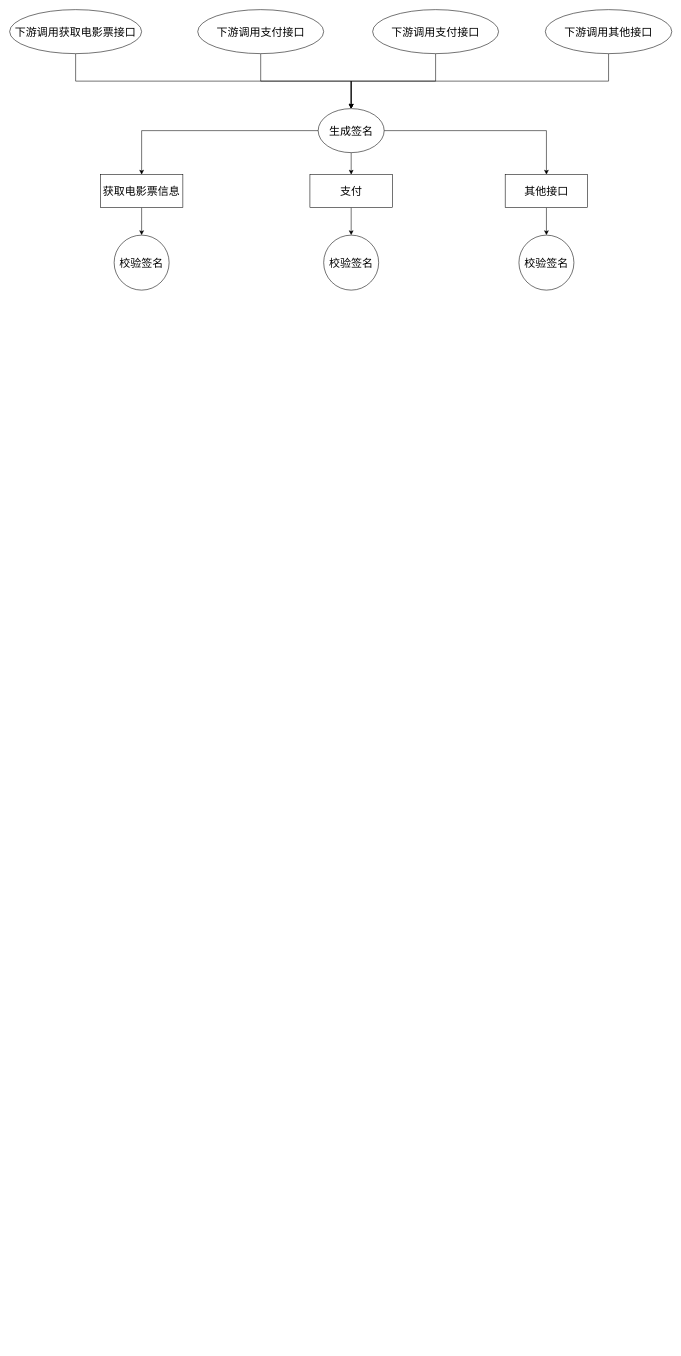
This is 未命名绘图.drawio from 2268849945/github-slideshow, a draw.io file, before an edit. Source tidied: cells renumbered, new cells numbered last; positions are measured from the earlier drawing's top-left corner, leaving out a move shared by most shapes. Both pictures are drawn from the tidied source at 55%, with x=0, y=0 at pixel (9, 9).
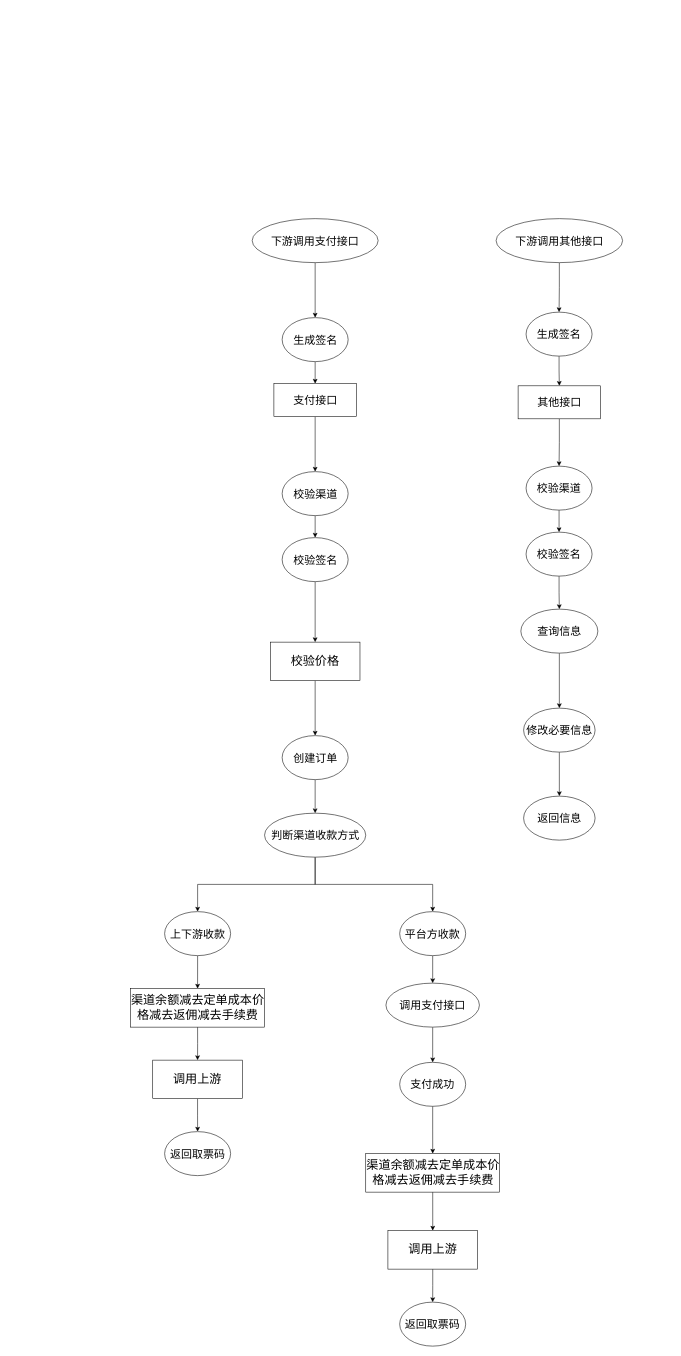
The same diagram, later.

Commit message:
更新未命名绘图.drawio

Diff of the diagram source:
```diff
@@
-<mxGraphModel>
+<mxGraphModel background="#FFFFFF">
@@
-    <mxCell id="2" style="edgeStyle=orthogonalEdgeStyle;rounded=0;jettySize=auto;html=1;exitX=0;exitY=0.5;exitDx=0;exitDy=0;entryX=0.5;entryY=0;entryDx=0;entryDy=0;" parent="1" edge="1" source="9" target="6">
-      <mxGeometry relative="1" as="geometry" />
-    </mxCell>
-    <mxCell id="3" style="edgeStyle=orthogonalEdgeStyle;rounded=0;jettySize=auto;html=1;exitX=0.5;exitY=1;exitDx=0;exitDy=0;entryX=0.5;entryY=0;entryDx=0;entryDy=0;" parent="1" edge="1" source="4" target="9">
-      <mxGeometry relative="1" as="geometry">
-        <Array as="points">
-          <mxPoint x="120" y="130" />
-          <mxPoint x="621" y="130" />
-        </Array>
-      </mxGeometry>
-    </mxCell>
-    <mxCell id="4" value="&lt;font style=&quot;font-size: 20px;&quot;&gt;下游调用获取电影票接口&lt;/font&gt;" style="ellipse;whiteSpace=wrap;html=1;" parent="1" vertex="1">
-      <mxGeometry width="240" height="80" as="geometry" />
-    </mxCell>
-    <mxCell id="5" style="edgeStyle=orthogonalEdgeStyle;rounded=0;jettySize=auto;html=1;exitX=0.5;exitY=1;exitDx=0;exitDy=0;entryX=0.5;entryY=0;entryDx=0;entryDy=0;" parent="1" edge="1" source="6" target="10">
-      <mxGeometry relative="1" as="geometry" />
-    </mxCell>
-    <mxCell id="6" value="&lt;font style=&quot;font-size: 20px;&quot;&gt;获取电影票信息&lt;/font&gt;" style="rounded=0;whiteSpace=wrap;html=1;" parent="1" vertex="1">
-      <mxGeometry x="165" y="300" width="150" height="60" as="geometry" />
-    </mxCell>
@@
-    <mxCell id="8" style="edgeStyle=orthogonalEdgeStyle;rounded=0;jettySize=auto;html=1;exitX=1;exitY=0.5;exitDx=0;exitDy=0;entryX=0.5;entryY=0;entryDx=0;entryDy=0;" parent="1" edge="1" source="9" target="18">
-      <mxGeometry relative="1" as="geometry" />
-    </mxCell>
     <mxCell id="9" value="&lt;font style=&quot;font-size: 20px;&quot;&gt;生成签名&lt;/font&gt;" style="ellipse;whiteSpace=wrap;html=1;" parent="1" vertex="1">
-      <mxGeometry x="561" y="180" width="120" height="80" as="geometry" />
+      <mxGeometry x="495.5" y="560" width="120" height="80" as="geometry" />
     </mxCell>
-    <mxCell id="10" value="&lt;font style=&quot;font-size: 20px;&quot;&gt;校验签名&lt;/font&gt;" style="ellipse;whiteSpace=wrap;html=1;" parent="1" vertex="1">
-      <mxGeometry x="190" y="410" width="100" height="100" as="geometry" />
-    </mxCell>
-    <mxCell id="11" style="edgeStyle=orthogonalEdgeStyle;rounded=0;jettySize=auto;html=1;exitX=0.5;exitY=1;exitDx=0;exitDy=0;entryX=0.5;entryY=0;entryDx=0;entryDy=0;" parent="1" edge="1" source="12" target="9">
-      <mxGeometry relative="1" as="geometry" />
-    </mxCell>
-    <mxCell id="12" value="&lt;font style=&quot;font-size: 20px;&quot;&gt;下游调用支付接口&lt;/font&gt;" style="ellipse;whiteSpace=wrap;html=1;" parent="1" vertex="1">
-      <mxGeometry x="660" width="229" height="80" as="geometry" />
-    </mxCell>
-    <mxCell id="13" style="edgeStyle=orthogonalEdgeStyle;rounded=0;jettySize=auto;html=1;exitX=0.5;exitY=1;exitDx=0;exitDy=0;entryX=0.5;entryY=0;entryDx=0;entryDy=0;" parent="1" edge="1" source="14" target="9">
-      <mxGeometry relative="1" as="geometry" />
-    </mxCell>
-    <mxCell id="14" value="&lt;font style=&quot;font-size: 20px;&quot;&gt;下游调用其他接口&lt;/font&gt;" style="ellipse;whiteSpace=wrap;html=1;" parent="1" vertex="1">
-      <mxGeometry x="974" width="230" height="80" as="geometry" />
-    </mxCell>
-    <mxCell id="15" style="edgeStyle=orthogonalEdgeStyle;rounded=0;jettySize=auto;html=1;exitX=0.5;exitY=1;exitDx=0;exitDy=0;entryX=0.5;entryY=0;entryDx=0;entryDy=0;" parent="1" edge="1" source="16" target="19">
-      <mxGeometry relative="1" as="geometry" />
-    </mxCell>
+    <mxCell id="23" style="edgeStyle=orthogonalEdgeStyle;rounded=0;jettySize=auto;html=1;exitX=0.5;exitY=1;exitDx=0;exitDy=0;entryX=0.5;entryY=0;entryDx=0;entryDy=0;" parent="1" edge="1" source="16" target="25">
+      <mxGeometry relative="1" as="geometry" />
+    </mxCell>
-    <mxCell id="16" value="&lt;font style=&quot;font-size: 20px;&quot;&gt;支付&lt;/font&gt;" style="rounded=0;whiteSpace=wrap;html=1;" parent="1" vertex="1">
-      <mxGeometry x="546" y="300" width="150" height="60" as="geometry" />
+    <mxCell id="16" value="&lt;font style=&quot;font-size: 20px;&quot;&gt;支付接口&lt;/font&gt;" style="rounded=0;whiteSpace=wrap;html=1;" parent="1" vertex="1">
+      <mxGeometry x="480.5" y="680" width="150" height="60" as="geometry" />
     </mxCell>
-    <mxCell id="17" style="edgeStyle=orthogonalEdgeStyle;rounded=0;jettySize=auto;html=1;exitX=0.5;exitY=1;exitDx=0;exitDy=0;entryX=0.5;entryY=0;entryDx=0;entryDy=0;" parent="1" edge="1" source="18" target="20">
-      <mxGeometry relative="1" as="geometry" />
-    </mxCell>
-    <mxCell id="18" value="&lt;font style=&quot;font-size: 20px;&quot;&gt;其他接口&lt;/font&gt;" style="rounded=0;whiteSpace=wrap;html=1;" parent="1" vertex="1">
-      <mxGeometry x="901" y="300" width="150" height="60" as="geometry" />
-    </mxCell>
-    <mxCell id="19" value="&lt;font style=&quot;font-size: 20px;&quot;&gt;校验签名&lt;/font&gt;" style="ellipse;whiteSpace=wrap;html=1;" parent="1" vertex="1">
-      <mxGeometry x="571" y="410" width="100" height="100" as="geometry" />
-    </mxCell>
-    <mxCell id="20" value="&lt;font style=&quot;font-size: 20px;&quot;&gt;校验签名&lt;/font&gt;" style="ellipse;whiteSpace=wrap;html=1;" parent="1" vertex="1">
-      <mxGeometry x="926" y="410" width="100" height="100" as="geometry" />
-    </mxCell>
@@
     <mxCell id="22" value="&lt;font style=&quot;font-size: 20px;&quot;&gt;下游调用支付接口&lt;/font&gt;" style="ellipse;whiteSpace=wrap;html=1;" parent="1" vertex="1">
-      <mxGeometry x="342" width="229" height="80" as="geometry" />
+      <mxGeometry x="441" y="380" width="229" height="80" as="geometry" />
     </mxCell>
+    <mxCell id="24" style="edgeStyle=orthogonalEdgeStyle;rounded=0;jettySize=auto;html=1;exitX=0.5;exitY=1;exitDx=0;exitDy=0;entryX=0.5;entryY=0;entryDx=0;entryDy=0;" parent="1" edge="1" source="25" target="27">
+      <mxGeometry relative="1" as="geometry" />
+    </mxCell>
+    <mxCell id="25" value="&lt;font style=&quot;vertical-align: inherit; font-size: 20px;&quot;&gt;校验渠道&lt;/font&gt;" style="ellipse;whiteSpace=wrap;html=1;" parent="1" vertex="1">
+      <mxGeometry x="495.5" y="840" width="120" height="80" as="geometry" />
+    </mxCell>
+    <mxCell id="26" style="edgeStyle=orthogonalEdgeStyle;rounded=0;jettySize=auto;html=1;exitX=0.5;exitY=1;exitDx=0;exitDy=0;" parent="1" edge="1" source="27" target="32">
+      <mxGeometry relative="1" as="geometry" />
+    </mxCell>
+    <mxCell id="27" value="&lt;span style=&quot;font-size: 20px;&quot;&gt;校验签名&lt;/span&gt;" style="ellipse;whiteSpace=wrap;html=1;" parent="1" vertex="1">
+      <mxGeometry x="495.5" y="960" width="120" height="80" as="geometry" />
+    </mxCell>
+    <mxCell id="28" style="edgeStyle=orthogonalEdgeStyle;rounded=0;jettySize=auto;html=1;exitX=0.5;exitY=1;exitDx=0;exitDy=0;entryX=0.5;entryY=0;entryDx=0;entryDy=0;" parent="1" edge="1" source="29" target="52">
+      <mxGeometry relative="1" as="geometry" />
+    </mxCell>
+    <mxCell id="29" value="&lt;span style=&quot;font-size: 20px;&quot;&gt;创建订单&lt;/span&gt;" style="ellipse;whiteSpace=wrap;html=1;" parent="1" vertex="1">
+      <mxGeometry x="495.5" y="1320" width="120" height="80" as="geometry" />
+    </mxCell>
+    <mxCell id="30" value="&lt;span style=&quot;font-size: 20px;&quot;&gt;返回取票码&lt;/span&gt;" style="ellipse;whiteSpace=wrap;html=1;" parent="1" vertex="1">
+      <mxGeometry x="281.8" y="2040" width="120" height="80" as="geometry" />
+    </mxCell>
+    <mxCell id="31" style="edgeStyle=orthogonalEdgeStyle;rounded=0;jettySize=auto;html=1;exitX=0.5;exitY=1;exitDx=0;exitDy=0;" parent="1" edge="1" source="32" target="29">
+      <mxGeometry relative="1" as="geometry" />
+    </mxCell>
+    <mxCell id="32" value="&lt;font style=&quot;font-size: 22px;&quot;&gt;校验价格&lt;/font&gt;" style="rounded=0;whiteSpace=wrap;html=1;" parent="1" vertex="1">
+      <mxGeometry x="474" y="1150" width="163" height="70" as="geometry" />
+    </mxCell>
+    <mxCell id="33" style="edgeStyle=orthogonalEdgeStyle;rounded=0;jettySize=auto;html=1;exitX=0.5;exitY=1;exitDx=0;exitDy=0;" parent="1" edge="1" source="34" target="30">
+      <mxGeometry relative="1" as="geometry" />
+    </mxCell>
+    <mxCell id="34" value="&lt;span style=&quot;font-size: 22px;&quot;&gt;调用上游&lt;/span&gt;" style="rounded=0;whiteSpace=wrap;html=1;" parent="1" vertex="1">
+      <mxGeometry x="260.2" y="1910" width="163" height="70" as="geometry" />
+    </mxCell>
+    <mxCell id="35" style="edgeStyle=orthogonalEdgeStyle;rounded=0;jettySize=auto;html=1;exitX=0.5;exitY=1;exitDx=0;exitDy=0;entryX=0.5;entryY=0;entryDx=0;entryDy=0;" parent="1" edge="1" source="36" target="34">
+      <mxGeometry relative="1" as="geometry" />
+    </mxCell>
+    <mxCell id="36" value="&lt;span style=&quot;font-size: 22px;&quot;&gt;渠道余额减去定单成本价格减去返佣减去手续费&lt;/span&gt;" style="rounded=0;whiteSpace=wrap;html=1;" parent="1" vertex="1">
+      <mxGeometry x="220" y="1780" width="243.5" height="70" as="geometry" />
+    </mxCell>
+    <mxCell id="37" style="edgeStyle=orthogonalEdgeStyle;rounded=0;jettySize=auto;html=1;exitX=0.5;exitY=1;exitDx=0;exitDy=0;entryX=0.5;entryY=0;entryDx=0;entryDy=0;" parent="1" edge="1" source="38" target="18">
+      <mxGeometry relative="1" as="geometry" />
+    </mxCell>
+    <mxCell id="38" value="&lt;font style=&quot;font-size: 20px;&quot;&gt;生成签名&lt;/font&gt;" style="ellipse;whiteSpace=wrap;html=1;" parent="1" vertex="1">
+      <mxGeometry x="939" y="550" width="120" height="80" as="geometry" />
+    </mxCell>
+    <mxCell id="39" style="edgeStyle=orthogonalEdgeStyle;rounded=0;jettySize=auto;html=1;exitX=0.5;exitY=1;exitDx=0;exitDy=0;entryX=0.5;entryY=0;entryDx=0;entryDy=0;" parent="1" edge="1" source="14" target="38">
+      <mxGeometry relative="1" as="geometry" />
+    </mxCell>
+    <mxCell id="14" value="&lt;font style=&quot;font-size: 20px;&quot;&gt;下游调用其他接口&lt;/font&gt;" style="ellipse;whiteSpace=wrap;html=1;" parent="1" vertex="1">
+      <mxGeometry x="884.5" y="380" width="230" height="80" as="geometry" />
+    </mxCell>
+    <mxCell id="40" style="edgeStyle=orthogonalEdgeStyle;rounded=0;jettySize=auto;html=1;exitX=0.5;exitY=1;exitDx=0;exitDy=0;entryX=0.5;entryY=0;entryDx=0;entryDy=0;" parent="1" edge="1" source="18" target="42">
+      <mxGeometry relative="1" as="geometry" />
+    </mxCell>
+    <mxCell id="18" value="&lt;font style=&quot;font-size: 20px;&quot;&gt;其他接口&lt;/font&gt;" style="rounded=0;whiteSpace=wrap;html=1;" parent="1" vertex="1">
+      <mxGeometry x="924.5" y="684" width="150" height="60" as="geometry" />
+    </mxCell>
+    <mxCell id="41" style="edgeStyle=orthogonalEdgeStyle;rounded=0;jettySize=auto;html=1;exitX=0.5;exitY=1;exitDx=0;exitDy=0;entryX=0.5;entryY=0;entryDx=0;entryDy=0;" parent="1" edge="1" source="42" target="44">
+      <mxGeometry relative="1" as="geometry" />
+    </mxCell>
+    <mxCell id="42" value="&lt;font style=&quot;vertical-align: inherit; font-size: 20px;&quot;&gt;校验渠道&lt;/font&gt;" style="ellipse;whiteSpace=wrap;html=1;" parent="1" vertex="1">
+      <mxGeometry x="939" y="830" width="120" height="80" as="geometry" />
+    </mxCell>
+    <mxCell id="43" style="edgeStyle=orthogonalEdgeStyle;rounded=0;jettySize=auto;html=1;exitX=0.5;exitY=1;exitDx=0;exitDy=0;" parent="1" edge="1" source="44" target="46">
+      <mxGeometry relative="1" as="geometry" />
+    </mxCell>
+    <mxCell id="44" value="&lt;span style=&quot;font-size: 20px;&quot;&gt;校验签名&lt;/span&gt;" style="ellipse;whiteSpace=wrap;html=1;" parent="1" vertex="1">
+      <mxGeometry x="939" y="950" width="120" height="80" as="geometry" />
+    </mxCell>
+    <mxCell id="45" style="edgeStyle=orthogonalEdgeStyle;rounded=0;jettySize=auto;html=1;exitX=0.5;exitY=1;exitDx=0;exitDy=0;" parent="1" edge="1" source="46" target="48">
+      <mxGeometry relative="1" as="geometry" />
+    </mxCell>
+    <mxCell id="46" value="&lt;span style=&quot;font-size: 20px;&quot;&gt;查询信息&lt;/span&gt;" style="ellipse;whiteSpace=wrap;html=1;" parent="1" vertex="1">
+      <mxGeometry x="929.5" y="1090" width="140" height="80" as="geometry" />
+    </mxCell>
+    <mxCell id="47" style="edgeStyle=orthogonalEdgeStyle;rounded=0;jettySize=auto;html=1;exitX=0.5;exitY=1;exitDx=0;exitDy=0;" parent="1" edge="1" source="48" target="49">
+      <mxGeometry relative="1" as="geometry" />
+    </mxCell>
+    <mxCell id="48" value="&lt;span style=&quot;font-size: 20px;&quot;&gt;修改必要信息&lt;/span&gt;" style="ellipse;whiteSpace=wrap;html=1;" parent="1" vertex="1">
+      <mxGeometry x="934.5" y="1270" width="130" height="80" as="geometry" />
+    </mxCell>
+    <mxCell id="49" value="&lt;span style=&quot;font-size: 20px;&quot;&gt;返回信息&lt;/span&gt;" style="ellipse;whiteSpace=wrap;html=1;" parent="1" vertex="1">
+      <mxGeometry x="934.5" y="1430" width="130" height="80" as="geometry" />
+    </mxCell>
+    <mxCell id="50" style="edgeStyle=orthogonalEdgeStyle;rounded=0;jettySize=auto;html=1;exitX=0.5;exitY=1;exitDx=0;exitDy=0;" parent="1" edge="1" source="52" target="54">
+      <mxGeometry relative="1" as="geometry" />
+    </mxCell>
+    <mxCell id="51" style="edgeStyle=orthogonalEdgeStyle;rounded=0;jettySize=auto;html=1;exitX=0.5;exitY=1;exitDx=0;exitDy=0;" parent="1" edge="1" source="52" target="61">
+      <mxGeometry relative="1" as="geometry" />
+    </mxCell>
+    <mxCell id="52" value="&lt;span style=&quot;font-size: 20px;&quot;&gt;判断渠道收款方式&lt;/span&gt;" style="ellipse;whiteSpace=wrap;html=1;" parent="1" vertex="1">
+      <mxGeometry x="463.5" y="1461" width="184" height="80" as="geometry" />
+    </mxCell>
+    <mxCell id="53" style="edgeStyle=orthogonalEdgeStyle;rounded=0;jettySize=auto;html=1;exitX=0.5;exitY=1;exitDx=0;exitDy=0;entryX=0.5;entryY=0;entryDx=0;entryDy=0;" parent="1" edge="1" source="54" target="36">
+      <mxGeometry relative="1" as="geometry" />
+    </mxCell>
+    <mxCell id="54" value="&lt;span style=&quot;font-size: 20px;&quot;&gt;上下游收款&lt;/span&gt;" style="ellipse;whiteSpace=wrap;html=1;" parent="1" vertex="1">
+      <mxGeometry x="281.8" y="1640" width="120" height="80" as="geometry" />
+    </mxCell>
+    <mxCell id="55" value="&lt;span style=&quot;font-size: 20px;&quot;&gt;返回取票码&lt;/span&gt;" style="ellipse;whiteSpace=wrap;html=1;" parent="1" vertex="1">
+      <mxGeometry x="709.2" y="2350" width="120" height="80" as="geometry" />
+    </mxCell>
+    <mxCell id="56" style="edgeStyle=orthogonalEdgeStyle;rounded=0;jettySize=auto;html=1;exitX=0.5;exitY=1;exitDx=0;exitDy=0;" parent="1" edge="1" source="57" target="55">
+      <mxGeometry relative="1" as="geometry" />
+    </mxCell>
+    <mxCell id="57" value="&lt;span style=&quot;font-size: 22px;&quot;&gt;调用上游&lt;/span&gt;" style="rounded=0;whiteSpace=wrap;html=1;" parent="1" vertex="1">
+      <mxGeometry x="687.8" y="2220" width="163" height="70" as="geometry" />
+    </mxCell>
+    <mxCell id="58" style="edgeStyle=orthogonalEdgeStyle;rounded=0;jettySize=auto;html=1;exitX=0.5;exitY=1;exitDx=0;exitDy=0;entryX=0.5;entryY=0;entryDx=0;entryDy=0;" parent="1" edge="1" source="59" target="57">
+      <mxGeometry relative="1" as="geometry" />
+    </mxCell>
+    <mxCell id="59" value="&lt;span style=&quot;font-size: 22px;&quot;&gt;渠道余额减去定单成本价格减去返佣减去手续费&lt;/span&gt;" style="rounded=0;whiteSpace=wrap;html=1;" parent="1" vertex="1">
+      <mxGeometry x="647.5" y="2080" width="243.5" height="70" as="geometry" />
+    </mxCell>
+    <mxCell id="60" style="edgeStyle=orthogonalEdgeStyle;rounded=0;jettySize=auto;html=1;exitX=0.5;exitY=1;exitDx=0;exitDy=0;entryX=0.5;entryY=0;entryDx=0;entryDy=0;" parent="1" edge="1" source="61" target="63">
+      <mxGeometry relative="1" as="geometry" />
+    </mxCell>
+    <mxCell id="61" value="&lt;span style=&quot;font-size: 20px;&quot;&gt;平台方收款&lt;/span&gt;" style="ellipse;whiteSpace=wrap;html=1;" parent="1" vertex="1">
+      <mxGeometry x="709.2" y="1640" width="120" height="80" as="geometry" />
+    </mxCell>
+    <mxCell id="62" style="edgeStyle=orthogonalEdgeStyle;rounded=0;jettySize=auto;html=1;exitX=0.5;exitY=1;exitDx=0;exitDy=0;entryX=0.5;entryY=0;entryDx=0;entryDy=0;" parent="1" edge="1" source="63" target="65">
+      <mxGeometry relative="1" as="geometry" />
+    </mxCell>
+    <mxCell id="63" value="&lt;span style=&quot;font-size: 20px;&quot;&gt;调用支付接口&lt;/span&gt;" style="ellipse;whiteSpace=wrap;html=1;" parent="1" vertex="1">
+      <mxGeometry x="684.2" y="1770" width="170" height="80" as="geometry" />
+    </mxCell>
+    <mxCell id="64" style="edgeStyle=orthogonalEdgeStyle;rounded=0;jettySize=auto;html=1;exitX=0.5;exitY=1;exitDx=0;exitDy=0;entryX=0.5;entryY=0;entryDx=0;entryDy=0;" parent="1" edge="1" source="65" target="59">
+      <mxGeometry relative="1" as="geometry" />
+    </mxCell>
+    <mxCell id="65" value="&lt;span style=&quot;font-size: 20px;&quot;&gt;支付成功&lt;/span&gt;" style="ellipse;whiteSpace=wrap;html=1;" parent="1" vertex="1">
+      <mxGeometry x="709.2" y="1914" width="120" height="80" as="geometry" />
+    </mxCell>
```
